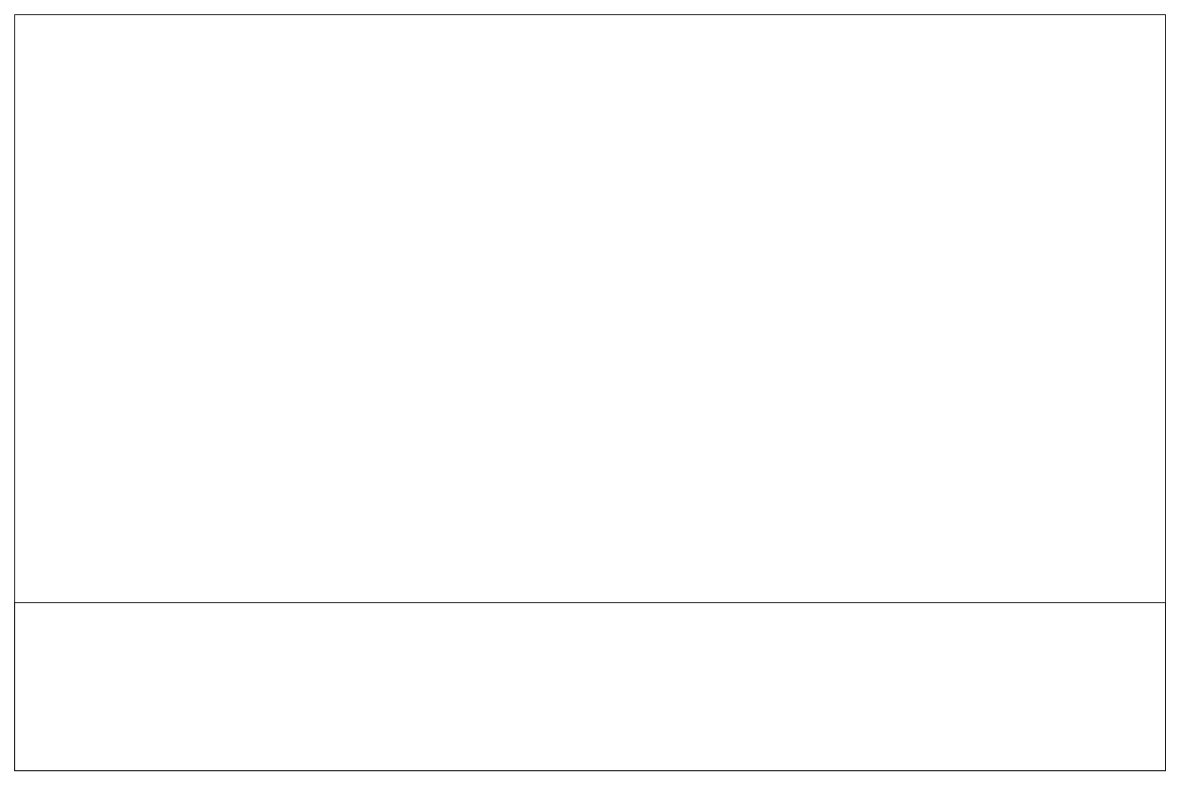
Before: Untitled Diagram.drawio in Alejox50/grupo_4_black-diamond, a draw.io diagram. Source tidied: cells renumbered, new cells numbered last; positions are measured from the earlier drawing's top-left corner, leaving out a move shared by most shapes. Both pictures are drawn from the tidied source at 84%, with x=0, y=0 at pixel (14, 14).
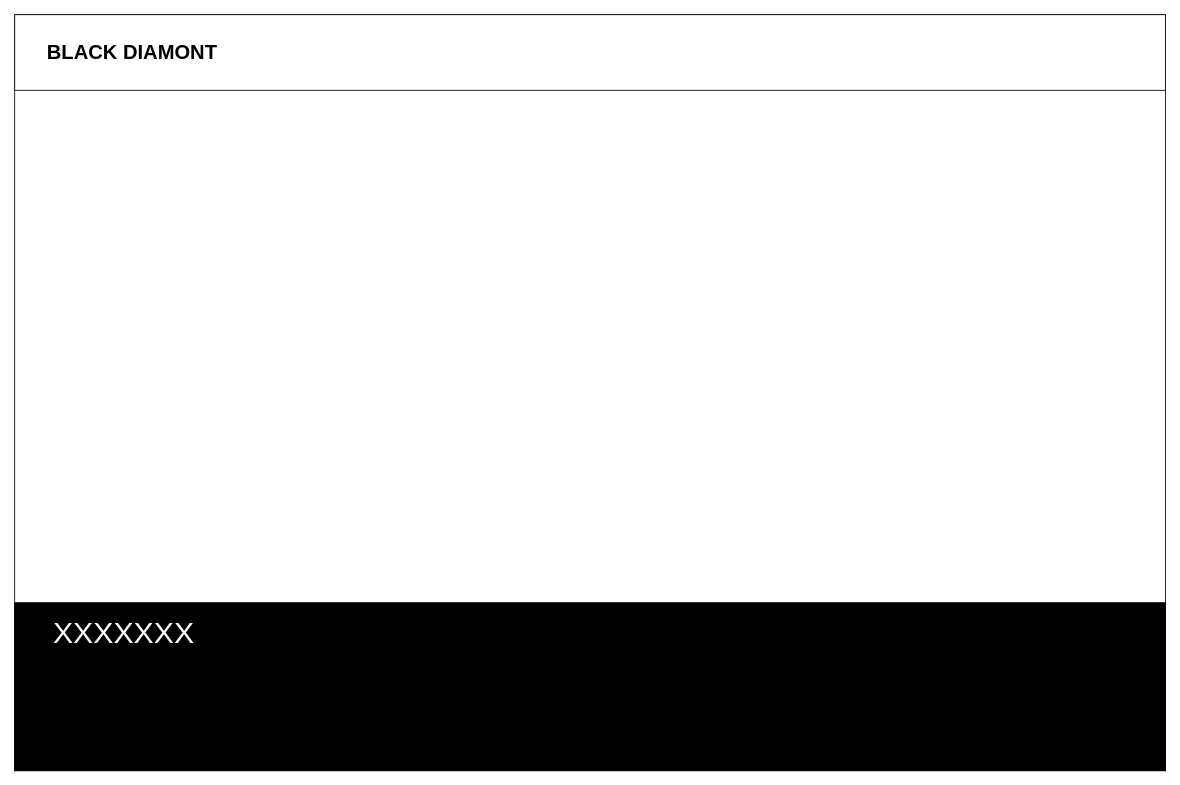
Above is the later version.

Commit message:
Detalle del producto.drawio

Diff of the diagram source:
```diff
@@
 <mxGraphModel>
   <root>
     <mxCell id="0" />
     <mxCell id="1" parent="0" />
-    <mxCell id="2" style="rounded=0;whiteSpace=wrap;html=1;" parent="1" vertex="1">
+    <mxCell id="2" style="rounded=0;whiteSpace=wrap;html=1;fillColor=none;" parent="1" vertex="1">
       <mxGeometry width="1370" height="900" as="geometry" />
     </mxCell>
-    <mxCell id="3" style="rounded=0;whiteSpace=wrap;html=1;" parent="1" vertex="1">
+    <mxCell id="3" style="rounded=0;whiteSpace=wrap;html=1;fillColor=#000000;" parent="1" vertex="1">
       <mxGeometry y="700" width="1370" height="200" as="geometry" />
     </mxCell>
+    <mxCell id="4" style="rounded=0;whiteSpace=wrap;html=1;fillColor=#FFFFFF;" parent="1" vertex="1">
+      <mxGeometry width="1370" height="90" as="geometry" />
+    </mxCell>
+    <mxCell id="5" value="&lt;b&gt;&lt;font style=&quot;font-size: 24px;&quot;&gt;BLACK DIAMONT&lt;/font&gt;&lt;/b&gt;" style="text;html=1;strokeColor=none;fillColor=none;align=center;verticalAlign=middle;whiteSpace=wrap;rounded=0;" parent="1" vertex="1">
+      <mxGeometry x="20" y="30" width="240" height="30" as="geometry" />
+    </mxCell>
+    <mxCell id="6" value="&lt;span style=&quot;background-color: rgb(0, 0, 0);&quot;&gt;&lt;font style=&quot;font-size: 36px;&quot; color=&quot;#FFFFFF&quot;&gt;XXXXXXX&lt;/font&gt;&lt;/span&gt;" style="text;html=1;strokeColor=none;fillColor=none;align=center;verticalAlign=middle;whiteSpace=wrap;rounded=0;" parent="1" vertex="1">
+      <mxGeometry x="10" y="720" width="240" height="30" as="geometry" />
+    </mxCell>
   </root>
 </mxGraphModel>
```
